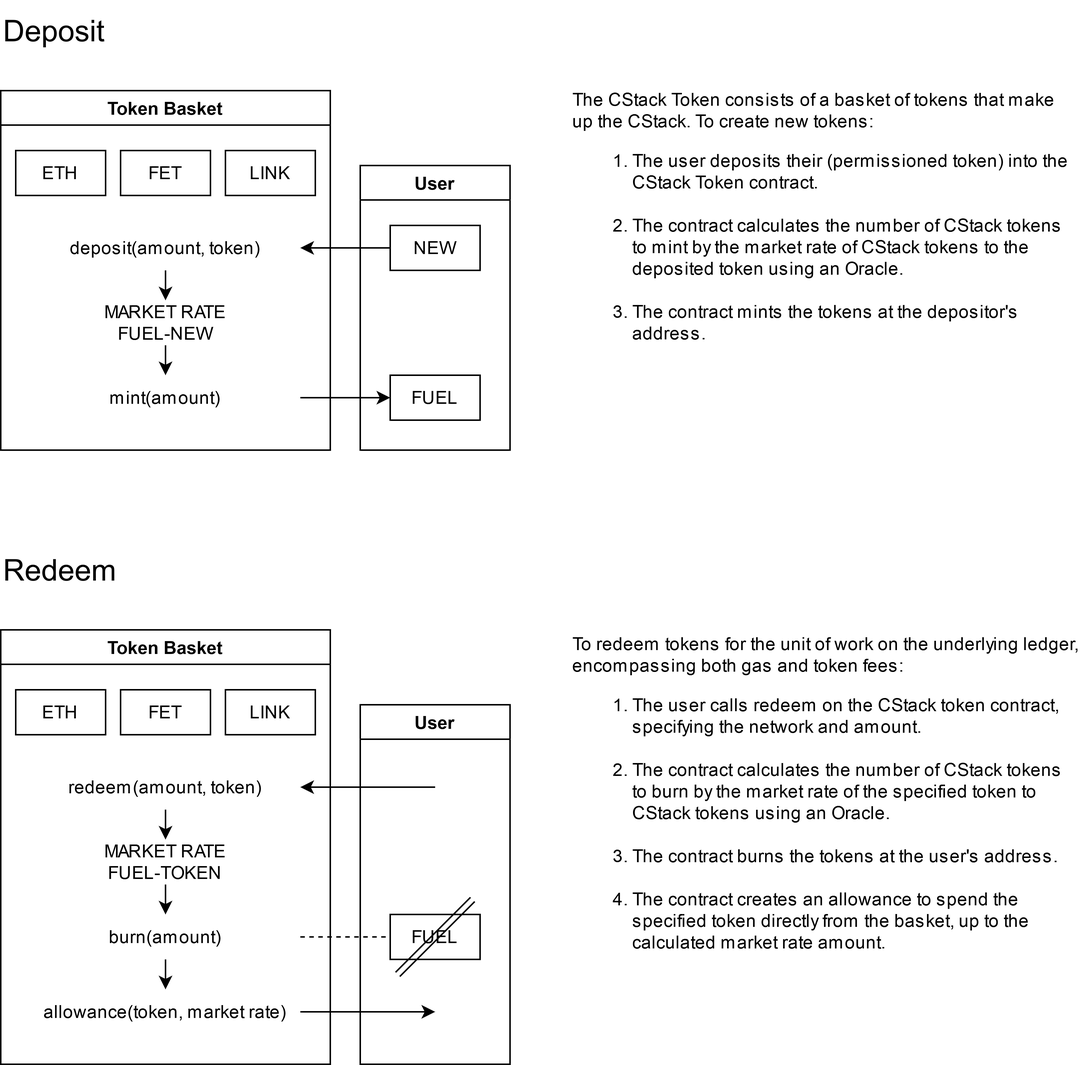
Above: docs/depositwithdraw.png in OutlierVentures/ZIP (draw.io), before the change. Source tidied: cells renumbered, new cells last; positions are measured from the earlier drawing's top-left corner, leaving out a move shared by most shapes.
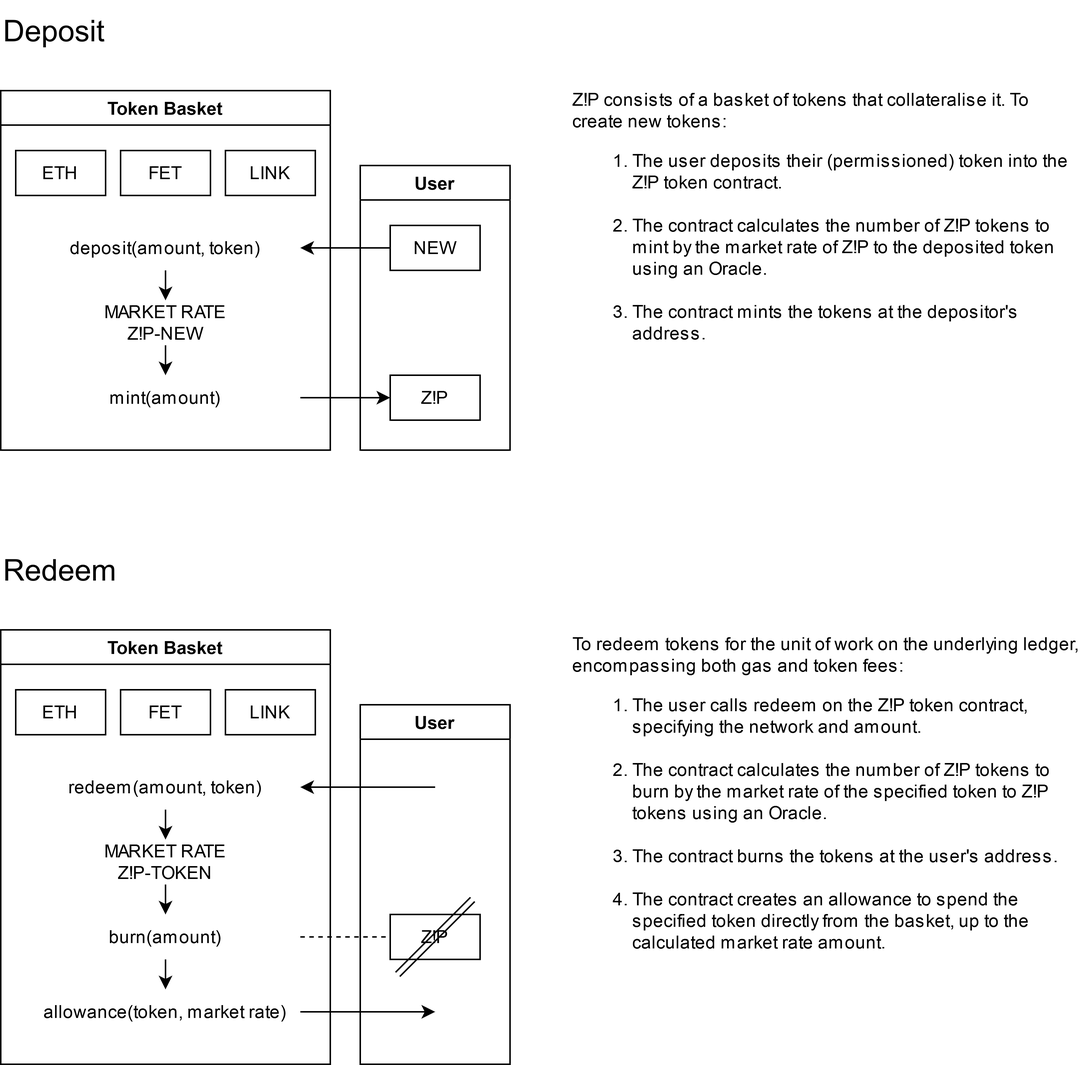
The same file after the commit.

Change to the diagram source:
```diff
@@ -20,7 +20,7 @@
     <mxCell id="7" style="edgeStyle=orthogonalEdgeStyle;rounded=0;jettySize=auto;html=1;exitX=0.5;exitY=1;exitDx=0;exitDy=0;entryX=0.5;entryY=0;entryDx=0;entryDy=0;" parent="2" edge="1" source="8" target="6">
       <mxGeometry relative="1" as="geometry" />
     </mxCell>
-    <mxCell id="8" value="&lt;div&gt;&lt;font style=&quot;font-size: 12px&quot;&gt;MARKET RATE&lt;/font&gt;&lt;/div&gt;&lt;div&gt;&lt;font style=&quot;font-size: 12px&quot;&gt;FUEL-TOKEN&lt;/font&gt;&lt;/div&gt;" style="rounded=0;whiteSpace=wrap;html=1;strokeColor=none;fillColor=none;" parent="2" vertex="1">
+    <mxCell id="8" value="&lt;div&gt;&lt;font style=&quot;font-size: 12px&quot;&gt;MARKET RATE&lt;/font&gt;&lt;/div&gt;&lt;div&gt;&lt;font style=&quot;font-size: 12px&quot;&gt;Z!P-TOKEN&lt;/font&gt;&lt;/div&gt;" style="rounded=0;whiteSpace=wrap;html=1;strokeColor=none;fillColor=none;" parent="2" vertex="1">
       <mxGeometry x="20" y="140" width="180" height="30" as="geometry" />
     </mxCell>
     <mxCell id="9" value="allowance(token, market rate)" style="rounded=0;whiteSpace=wrap;html=1;strokeColor=none;fillColor=none;" parent="2" vertex="1">
@@ -52,7 +52,7 @@
     <mxCell id="17" value="User" style="swimlane;fillColor=none;" parent="1" vertex="1">
       <mxGeometry x="240" y="470" width="100" height="240" as="geometry" />
     </mxCell>
-    <mxCell id="18" value="FUEL" style="rounded=0;whiteSpace=wrap;html=1;" parent="17" vertex="1">
+    <mxCell id="18" value="Z!P" style="rounded=0;whiteSpace=wrap;html=1;" parent="17" vertex="1">
       <mxGeometry x="20" y="140" width="60" height="30" as="geometry" />
     </mxCell>
     <mxCell id="19" style="shape=link;html=1;" parent="17" edge="1">
@@ -81,7 +81,7 @@
     <mxCell id="25" style="edgeStyle=orthogonalEdgeStyle;rounded=0;jettySize=auto;html=1;exitX=0.5;exitY=1;exitDx=0;exitDy=0;entryX=0.5;entryY=0;entryDx=0;entryDy=0;" parent="21" edge="1" source="26" target="24">
       <mxGeometry relative="1" as="geometry" />
     </mxCell>
-    <mxCell id="26" value="&lt;div&gt;&lt;font style=&quot;font-size: 12px&quot;&gt;MARKET RATE&lt;/font&gt;&lt;/div&gt;&lt;div&gt;&lt;font style=&quot;font-size: 12px&quot;&gt;FUEL-NEW&lt;/font&gt;&lt;/div&gt;" style="rounded=0;whiteSpace=wrap;html=1;strokeColor=none;fillColor=none;" parent="21" vertex="1">
+    <mxCell id="26" value="&lt;div&gt;&lt;font style=&quot;font-size: 12px&quot;&gt;MARKET RATE&lt;/font&gt;&lt;/div&gt;&lt;div&gt;&lt;font style=&quot;font-size: 12px&quot;&gt;Z!P-NEW&lt;/font&gt;&lt;/div&gt;" style="rounded=0;whiteSpace=wrap;html=1;strokeColor=none;fillColor=none;" parent="21" vertex="1">
       <mxGeometry x="20" y="140" width="180" height="30" as="geometry" />
     </mxCell>
     <mxCell id="27" value="LINK" style="rounded=0;whiteSpace=wrap;html=1;" parent="21" vertex="1">
@@ -99,7 +99,7 @@
     <mxCell id="31" value="User" style="swimlane;fillColor=none;" parent="1" vertex="1">
       <mxGeometry x="240" y="110" width="100" height="190" as="geometry" />
     </mxCell>
-    <mxCell id="32" value="FUEL" style="rounded=0;whiteSpace=wrap;html=1;" parent="31" vertex="1">
+    <mxCell id="32" value="Z!P" style="rounded=0;whiteSpace=wrap;html=1;" parent="31" vertex="1">
       <mxGeometry x="20" y="140" width="60" height="30" as="geometry" />
     </mxCell>
     <mxCell id="33" value="NEW" style="rounded=0;whiteSpace=wrap;html=1;" parent="31" vertex="1">
@@ -108,10 +108,10 @@
     <mxCell id="34" style="edgeStyle=orthogonalEdgeStyle;rounded=0;jettySize=auto;html=1;exitX=0;exitY=0.5;exitDx=0;exitDy=0;endArrow=classic;endFill=1;" parent="1" edge="1" source="33" target="23">
       <mxGeometry relative="1" as="geometry" />
     </mxCell>
-    <mxCell id="35" value="&lt;div align=&quot;left&quot;&gt;The CStack Token consists of a basket of tokens that make up the CStack. To create new tokens:&lt;/div&gt;&lt;div align=&quot;left&quot;&gt;&lt;ol&gt;&lt;li&gt;The user deposits their (permissioned token) into the CStack Token contract.&lt;br&gt;&lt;br&gt;&lt;/li&gt;&lt;li&gt;The contract calculates the number of CStack tokens to mint by the market rate of CStack tokens to the deposited token using an Oracle.&lt;br&gt;&lt;br&gt;&lt;/li&gt;&lt;li&gt;The contract mints the tokens at the depositor's address.&lt;br&gt;&lt;/li&gt;&lt;/ol&gt;&lt;/div&gt;" style="text;html=1;strokeColor=none;fillColor=none;align=left;verticalAlign=middle;whiteSpace=wrap;rounded=0;" parent="1" vertex="1">
+    <mxCell id="35" value="&lt;div align=&quot;left&quot;&gt;Z!P consists of a basket of tokens that collateralise it. To create new tokens:&lt;/div&gt;&lt;div align=&quot;left&quot;&gt;&lt;ol&gt;&lt;li&gt;The user deposits their (permissioned) token into the Z!P token contract.&lt;br&gt;&lt;br&gt;&lt;/li&gt;&lt;li&gt;The contract calculates the number of Z!P tokens to mint by the market rate of Z!P to the deposited token using an Oracle.&lt;br&gt;&lt;br&gt;&lt;/li&gt;&lt;li&gt;The contract mints the tokens at the depositor's address.&lt;br&gt;&lt;/li&gt;&lt;/ol&gt;&lt;/div&gt;" style="text;html=1;strokeColor=none;fillColor=none;align=left;verticalAlign=middle;whiteSpace=wrap;rounded=0;" parent="1" vertex="1">
       <mxGeometry x="380" y="60" width="340" height="180" as="geometry" />
     </mxCell>
-    <mxCell id="36" value="&lt;div align=&quot;left&quot;&gt;To redeem tokens for the unit of work on the underlying ledger, encompassing both gas and token fees:&lt;br&gt;&lt;/div&gt;&lt;div align=&quot;left&quot;&gt;&lt;ol&gt;&lt;li&gt;The user calls redeem on the CStack token contract, specifying the network and amount.&lt;br&gt;&lt;br&gt;&lt;/li&gt;&lt;li&gt;The contract calculates the number of CStack tokens to burn by the market rate of the specified token to CStack tokens using an Oracle.&lt;br&gt;&lt;br&gt;&lt;/li&gt;&lt;li&gt;The contract burns the tokens at the user's address.&lt;br&gt;&lt;br&gt;&lt;/li&gt;&lt;li&gt;The contract creates an allowance to spend the specified token directly from the basket, up to the calculated market rate amount.&lt;br&gt;&lt;/li&gt;&lt;/ol&gt;&lt;/div&gt;" style="text;html=1;strokeColor=none;fillColor=none;align=left;verticalAlign=middle;whiteSpace=wrap;rounded=0;" parent="1" vertex="1">
+    <mxCell id="36" value="&lt;div align=&quot;left&quot;&gt;To redeem tokens for the unit of work on the underlying ledger, encompassing both gas and token fees:&lt;br&gt;&lt;/div&gt;&lt;div align=&quot;left&quot;&gt;&lt;ol&gt;&lt;li&gt;The user calls redeem on the Z!P token contract, specifying the network and amount.&lt;br&gt;&lt;br&gt;&lt;/li&gt;&lt;li&gt;The contract calculates the number of Z!P tokens to burn by the market rate of the specified token to Z!P tokens using an Oracle.&lt;br&gt;&lt;br&gt;&lt;/li&gt;&lt;li&gt;The contract burns the tokens at the user's address.&lt;br&gt;&lt;br&gt;&lt;/li&gt;&lt;li&gt;The contract creates an allowance to spend the specified token directly from the basket, up to the calculated market rate amount.&lt;br&gt;&lt;/li&gt;&lt;/ol&gt;&lt;/div&gt;" style="text;html=1;strokeColor=none;fillColor=none;align=left;verticalAlign=middle;whiteSpace=wrap;rounded=0;" parent="1" vertex="1">
       <mxGeometry x="380" y="420" width="340" height="230" as="geometry" />
     </mxCell>
   </root>
```
